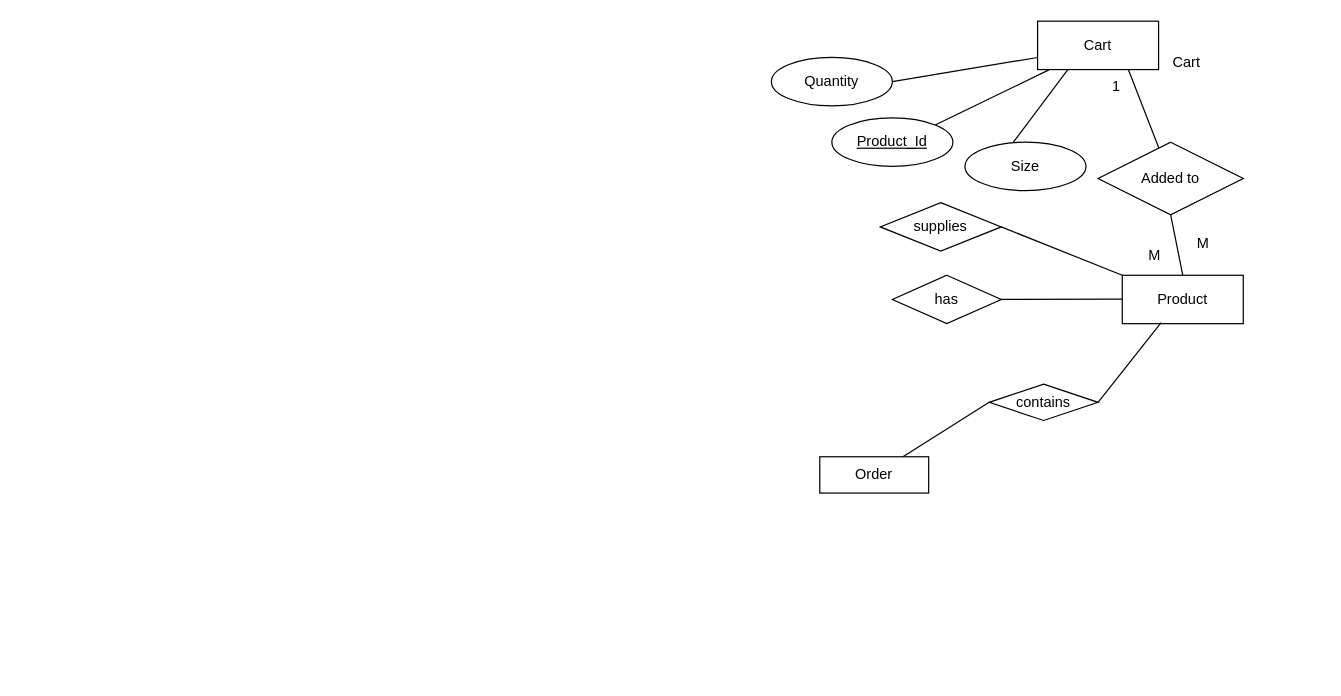
The draw.io diagram Untitled Diagram.drawio in GitFather47/SmartKroy-Online-Shopping-App, before the edit. Source tidied: cells renumbered, new cells numbered last; positions are measured from the earlier drawing's top-left corner, leaving out a move shared by most shapes. Both pictures are drawn from the tidied source at 121%, with x=0, y=0 at pixel (771, 21).
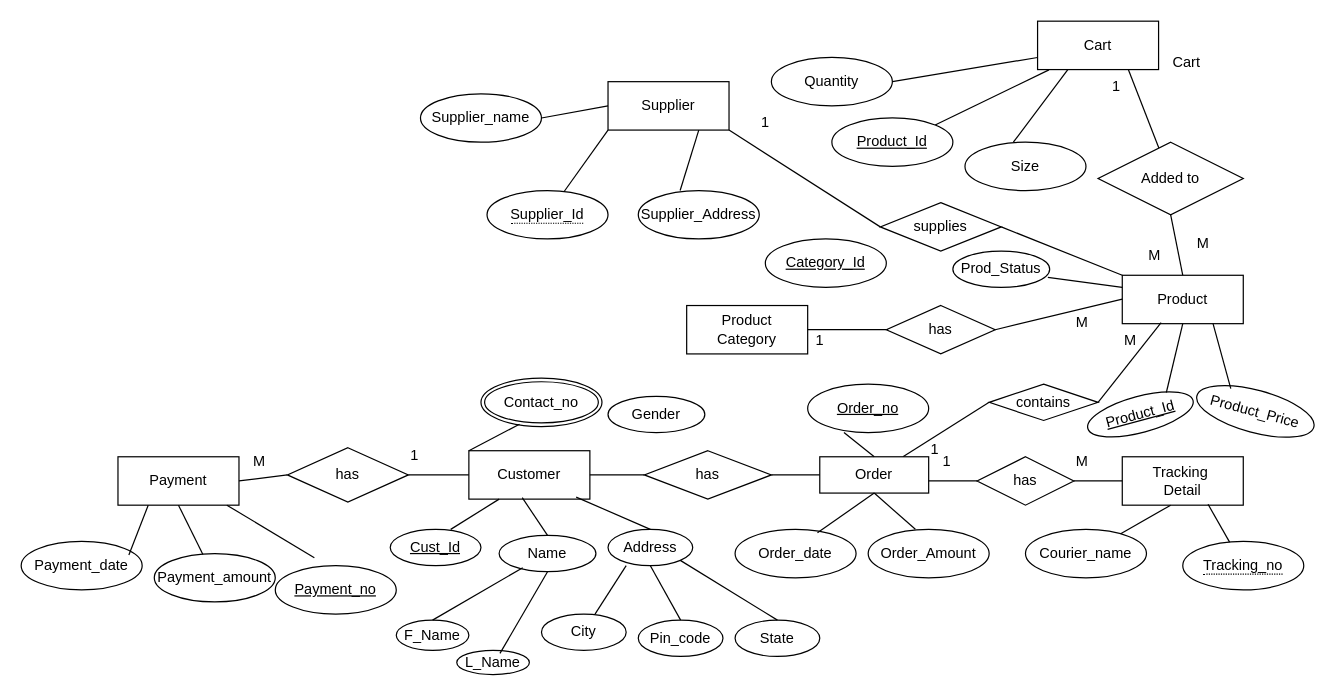
Above is the later version.

The change refers to these unchanged cells:
```xml
<mxCell id="16" value="Product" style="whiteSpace=wrap;html=1;align=center;" parent="1" vertex="1">
  <mxGeometry x="290" y="210" width="100" height="40" as="geometry" />
</mxCell>
<mxCell id="24" value="Order" style="whiteSpace=wrap;html=1;align=center;" parent="1" vertex="1">
  <mxGeometry x="40" y="360" width="90" height="30" as="geometry" />
</mxCell>
```

Change to the diagram source:
```diff
@@
-    <mxCell id="19" style="endArrow=none;html=1;rounded=0;" parent="1" edge="1">
+    <mxCell id="19" style="endArrow=none;html=1;rounded=0;exitX=1;exitY=0.5;exitDx=0;exitDy=0;" parent="1" edge="1" source="20">
       <mxGeometry relative="1" as="geometry">
-        <mxPoint x="190" y="230" as="sourcePoint" />
         <mxPoint x="290" y="229.7" as="targetPoint" />
       </mxGeometry>
     </mxCell>
     <mxCell id="20" value="has" style="shape=rhombus;perimeter=rhombusPerimeter;whiteSpace=wrap;html=1;align=center;" parent="1" vertex="1">
-      <mxGeometry x="100" y="210" width="90" height="40" as="geometry" />
+      <mxGeometry x="95" y="235" width="90" height="40" as="geometry" />
     </mxCell>
@@
+    <mxCell id="25" value="Supplier" style="whiteSpace=wrap;html=1;align=center;" parent="1" vertex="1">
+      <mxGeometry x="-135" y="50" width="100" height="40" as="geometry" />
+    </mxCell>
+    <mxCell id="26" value="1" style="text;whiteSpace=wrap;html=1;" parent="1" vertex="1">
+      <mxGeometry x="-10" y="70" width="60" height="40" as="geometry" />
+    </mxCell>
+    <mxCell id="27" style="endArrow=none;html=1;rounded=0;entryX=0;entryY=0.5;entryDx=0;entryDy=0;exitX=1;exitY=1;exitDx=0;exitDy=0;" parent="1" edge="1">
+      <mxGeometry relative="1" as="geometry">
+        <mxPoint x="-35" y="90" as="sourcePoint" />
+        <mxPoint x="90" y="170" as="targetPoint" />
+      </mxGeometry>
+    </mxCell>
+    <mxCell id="28" value="Supplier_name" style="ellipse;whiteSpace=wrap;html=1;align=center;" parent="1" vertex="1">
+      <mxGeometry x="-290" y="60" width="100" height="40" as="geometry" />
+    </mxCell>
+    <mxCell id="29" style="endArrow=none;html=1;rounded=0;exitX=1;exitY=0.5;exitDx=0;exitDy=0;entryX=0;entryY=0.5;entryDx=0;entryDy=0;" parent="1" edge="1" source="28" target="25">
+      <mxGeometry relative="1" as="geometry" />
+    </mxCell>
+    <mxCell id="30" value="Supplier_Address" style="ellipse;whiteSpace=wrap;html=1;align=center;" parent="1" vertex="1">
+      <mxGeometry x="-110" y="140" width="100" height="40" as="geometry" />
+    </mxCell>
+    <mxCell id="31" value="&lt;span style=&quot;border-bottom: 1px dotted&quot;&gt;Supplier_Id&lt;/span&gt;" style="ellipse;whiteSpace=wrap;html=1;align=center;" parent="1" vertex="1">
+      <mxGeometry x="-235" y="140" width="100" height="40" as="geometry" />
+    </mxCell>
+    <mxCell id="32" style="endArrow=none;html=1;rounded=0;entryX=0;entryY=1;entryDx=0;entryDy=0;" parent="1" edge="1" source="31" target="25">
+      <mxGeometry relative="1" as="geometry" />
+    </mxCell>
+    <mxCell id="33" style="endArrow=none;html=1;rounded=0;exitX=0.346;exitY=-0.001;exitDx=0;exitDy=0;exitPerimeter=0;entryX=0.75;entryY=1;entryDx=0;entryDy=0;" parent="1" edge="1" source="30" target="25">
+      <mxGeometry relative="1" as="geometry" />
+    </mxCell>
+    <mxCell id="34" value="Product&lt;div&gt;Category&lt;/div&gt;" style="whiteSpace=wrap;html=1;align=center;" parent="1" vertex="1">
+      <mxGeometry x="-70" y="235" width="100" height="40" as="geometry" />
+    </mxCell>
+    <mxCell id="35" style="line;strokeWidth=1;dashed=0;labelPosition=right;align=left;verticalAlign=middle;spacingTop=0;spacingLeft=6;" parent="1" vertex="1">
+      <mxGeometry x="30" y="250" width="65" height="10" as="geometry" />
+    </mxCell>
+    <mxCell id="36" value="Category_Id" style="ellipse;whiteSpace=wrap;html=1;align=center;fontStyle=4;" parent="1" vertex="1">
+      <mxGeometry x="-5" y="180" width="100" height="40" as="geometry" />
+    </mxCell>
+    <mxCell id="37" value="Prod_Status" style="ellipse;whiteSpace=wrap;html=1;align=center;" parent="1" vertex="1">
+      <mxGeometry x="150" y="190" width="80" height="30" as="geometry" />
+    </mxCell>
+    <mxCell id="38" style="endArrow=none;html=1;rounded=0;exitX=0.981;exitY=0.723;exitDx=0;exitDy=0;exitPerimeter=0;" parent="1" edge="1" source="37">
+      <mxGeometry relative="1" as="geometry">
+        <mxPoint x="290" y="220" as="targetPoint" />
+      </mxGeometry>
+    </mxCell>
+    <mxCell id="39" value="1" style="text;whiteSpace=wrap;html=1;" parent="1" vertex="1">
+      <mxGeometry x="35" y="250" width="60" height="40" as="geometry" />
+    </mxCell>
+    <mxCell id="40" value="M" style="text;whiteSpace=wrap;html=1;" parent="1" vertex="1">
+      <mxGeometry x="250" y="235" width="60" height="40" as="geometry" />
+    </mxCell>
+    <mxCell id="41" value="M" style="text;whiteSpace=wrap;html=1;" parent="1" vertex="1">
+      <mxGeometry x="290" y="250" width="60" height="40" as="geometry" />
+    </mxCell>
+    <mxCell id="42" value="Product_Id" style="ellipse;whiteSpace=wrap;html=1;align=center;fontStyle=4;rotation=-15;" parent="1" vertex="1">
+      <mxGeometry x="260" y="310" width="90" height="30" as="geometry" />
+    </mxCell>
+    <mxCell id="43" style="endArrow=none;html=1;rounded=0;entryX=0.5;entryY=1;entryDx=0;entryDy=0;exitX=0.782;exitY=0.101;exitDx=0;exitDy=0;exitPerimeter=0;" parent="1" edge="1" source="42" target="16">
+      <mxGeometry relative="1" as="geometry" />
+    </mxCell>
+    <mxCell id="44" value="Product_Price" style="ellipse;whiteSpace=wrap;html=1;align=center;rotation=15;" parent="1" vertex="1">
+      <mxGeometry x="350" y="305" width="100" height="35" as="geometry" />
+    </mxCell>
+    <mxCell id="45" style="endArrow=none;html=1;rounded=0;entryX=0.75;entryY=1;entryDx=0;entryDy=0;exitX=0.255;exitY=0.13;exitDx=0;exitDy=0;exitPerimeter=0;" parent="1" edge="1" source="44" target="16">
+      <mxGeometry relative="1" as="geometry" />
+    </mxCell>
+    <mxCell id="46" value="1" style="text;whiteSpace=wrap;html=1;" parent="1" vertex="1">
+      <mxGeometry x="130" y="340" width="60" height="40" as="geometry" />
+    </mxCell>
+    <mxCell id="47" value="has" style="shape=rhombus;perimeter=rhombusPerimeter;whiteSpace=wrap;html=1;align=center;" parent="1" vertex="1">
+      <mxGeometry x="170" y="360" width="80" height="40" as="geometry" />
+    </mxCell>
+    <mxCell id="48" value="Tracking&amp;nbsp;&lt;div&gt;Detail&lt;/div&gt;" style="whiteSpace=wrap;html=1;align=center;" parent="1" vertex="1">
+      <mxGeometry x="290" y="360" width="100" height="40" as="geometry" />
+    </mxCell>
+    <mxCell id="49" style="endArrow=none;html=1;rounded=0;exitX=0;exitY=1;exitDx=0;exitDy=0;entryX=0;entryY=0.5;entryDx=0;entryDy=0;" parent="1" edge="1" source="46" target="47">
+      <mxGeometry relative="1" as="geometry" />
+    </mxCell>
+    <mxCell id="50" style="endArrow=none;html=1;rounded=0;entryX=0;entryY=0.5;entryDx=0;entryDy=0;exitX=1;exitY=0.5;exitDx=0;exitDy=0;" parent="1" edge="1" source="47" target="48">
+      <mxGeometry relative="1" as="geometry" />
+    </mxCell>
+    <mxCell id="51" value="Courier_name" style="ellipse;whiteSpace=wrap;html=1;align=center;" parent="1" vertex="1">
+      <mxGeometry x="210" y="420" width="100" height="40" as="geometry" />
+    </mxCell>
+    <mxCell id="52" style="endArrow=none;html=1;rounded=0;" parent="1" edge="1" source="51">
+      <mxGeometry relative="1" as="geometry">
+        <mxPoint x="330" y="400" as="targetPoint" />
+      </mxGeometry>
+    </mxCell>
+    <mxCell id="53" value="&lt;span style=&quot;border-bottom: 1px dotted&quot;&gt;Tracking_no&lt;/span&gt;" style="ellipse;whiteSpace=wrap;html=1;align=center;" parent="1" vertex="1">
+      <mxGeometry x="340" y="430" width="100" height="40" as="geometry" />
+    </mxCell>
+    <mxCell id="54" style="endArrow=none;html=1;rounded=0;entryX=0.709;entryY=0.982;entryDx=0;entryDy=0;entryPerimeter=0;" parent="1" edge="1" source="53" target="48">
+      <mxGeometry relative="1" as="geometry" />
+    </mxCell>
+    <mxCell id="55" value="1" style="text;whiteSpace=wrap;html=1;" parent="1" vertex="1">
+      <mxGeometry x="140" y="350" width="60" height="40" as="geometry" />
+    </mxCell>
+    <mxCell id="56" value="M" style="text;whiteSpace=wrap;html=1;" parent="1" vertex="1">
+      <mxGeometry x="250" y="350" width="60" height="40" as="geometry" />
+    </mxCell>
+    <mxCell id="57" value="Order_date" style="ellipse;whiteSpace=wrap;html=1;align=center;" parent="1" vertex="1">
+      <mxGeometry x="-30" y="420" width="100" height="40" as="geometry" />
+    </mxCell>
+    <mxCell id="58" value="Order_Amount" style="ellipse;whiteSpace=wrap;html=1;align=center;" parent="1" vertex="1">
+      <mxGeometry x="80" y="420" width="100" height="40" as="geometry" />
+    </mxCell>
+    <mxCell id="59" style="endArrow=none;html=1;rounded=0;exitX=0.681;exitY=0.068;exitDx=0;exitDy=0;exitPerimeter=0;entryX=0.5;entryY=1;entryDx=0;entryDy=0;" parent="1" edge="1" source="57" target="24">
+      <mxGeometry relative="1" as="geometry" />
+    </mxCell>
+    <mxCell id="60" style="endArrow=none;html=1;rounded=0;entryX=0.39;entryY=-0.001;entryDx=0;entryDy=0;entryPerimeter=0;exitX=0.5;exitY=1;exitDx=0;exitDy=0;" parent="1" edge="1" source="24" target="58">
+      <mxGeometry relative="1" as="geometry" />
+    </mxCell>
+    <mxCell id="61" value="Order_no" style="ellipse;whiteSpace=wrap;html=1;align=center;fontStyle=4;" parent="1" vertex="1">
+      <mxGeometry x="30" y="300" width="100" height="40" as="geometry" />
+    </mxCell>
+    <mxCell id="62" style="endArrow=none;html=1;rounded=0;exitX=0.5;exitY=0;exitDx=0;exitDy=0;" parent="1" edge="1" source="24">
+      <mxGeometry relative="1" as="geometry">
+        <mxPoint x="60" y="340" as="targetPoint" />
+      </mxGeometry>
+    </mxCell>
+    <mxCell id="63" value="has" style="shape=rhombus;perimeter=rhombusPerimeter;whiteSpace=wrap;html=1;align=center;" parent="1" vertex="1">
+      <mxGeometry x="-105" y="355" width="105" height="40" as="geometry" />
+    </mxCell>
+    <mxCell id="64" style="endArrow=none;html=1;rounded=0;exitX=1;exitY=0.5;exitDx=0;exitDy=0;entryX=0;entryY=0.5;entryDx=0;entryDy=0;" parent="1" edge="1" source="63" target="24">
+      <mxGeometry relative="1" as="geometry" />
+    </mxCell>
+    <mxCell id="65" value="Customer" style="whiteSpace=wrap;html=1;align=center;" parent="1" vertex="1">
+      <mxGeometry x="-250" y="355" width="100" height="40" as="geometry" />
+    </mxCell>
+    <mxCell id="66" style="endArrow=none;html=1;rounded=0;exitX=1;exitY=0.5;exitDx=0;exitDy=0;entryX=0;entryY=0.5;entryDx=0;entryDy=0;" parent="1" edge="1" source="65" target="63">
+      <mxGeometry relative="1" as="geometry" />
+    </mxCell>
+    <mxCell id="67" value="has" style="shape=rhombus;perimeter=rhombusPerimeter;whiteSpace=wrap;html=1;align=center;" parent="1" vertex="1">
+      <mxGeometry x="-400" y="352.5" width="100" height="45" as="geometry" />
+    </mxCell>
+    <mxCell id="68" style="endArrow=none;html=1;rounded=0;entryX=0;entryY=0.5;entryDx=0;entryDy=0;exitX=1;exitY=0.5;exitDx=0;exitDy=0;" parent="1" edge="1" source="67" target="65">
+      <mxGeometry relative="1" as="geometry" />
+    </mxCell>
+    <mxCell id="69" value="Payment" style="whiteSpace=wrap;html=1;align=center;" parent="1" vertex="1">
+      <mxGeometry x="-540" y="360" width="100" height="40" as="geometry" />
+    </mxCell>
+    <mxCell id="70" style="endArrow=none;html=1;rounded=0;entryX=0;entryY=0.5;entryDx=0;entryDy=0;exitX=1;exitY=0.5;exitDx=0;exitDy=0;" parent="1" edge="1" source="69" target="67">
+      <mxGeometry relative="1" as="geometry" />
+    </mxCell>
+    <mxCell id="71" value="1" style="text;whiteSpace=wrap;html=1;" parent="1" vertex="1">
+      <mxGeometry x="-300" y="345" width="40" height="30" as="geometry" />
+    </mxCell>
+    <mxCell id="72" value="M" style="text;whiteSpace=wrap;html=1;" parent="1" vertex="1">
+      <mxGeometry x="-430" y="350" width="60" height="40" as="geometry" />
+    </mxCell>
+    <mxCell id="73" value="Payment_date" style="ellipse;whiteSpace=wrap;html=1;align=center;" parent="1" vertex="1">
+      <mxGeometry x="-620" y="430" width="100" height="40" as="geometry" />
+    </mxCell>
+    <mxCell id="74" value="Payment_amount" style="ellipse;whiteSpace=wrap;html=1;align=center;" parent="1" vertex="1">
+      <mxGeometry x="-510" y="440" width="100" height="40" as="geometry" />
+    </mxCell>
+    <mxCell id="75" style="endArrow=none;html=1;rounded=0;exitX=0.25;exitY=1;exitDx=0;exitDy=0;entryX=0.89;entryY=0.278;entryDx=0;entryDy=0;entryPerimeter=0;" parent="1" edge="1" source="69" target="73">
+      <mxGeometry relative="1" as="geometry" />
+    </mxCell>
+    <mxCell id="76" style="endArrow=none;html=1;rounded=0;exitX=0.5;exitY=1;exitDx=0;exitDy=0;entryX=0.402;entryY=0.017;entryDx=0;entryDy=0;entryPerimeter=0;" parent="1" edge="1" source="69" target="74">
+      <mxGeometry relative="1" as="geometry" />
+    </mxCell>
+    <mxCell id="77" style="endArrow=none;html=1;rounded=0;" parent="1" edge="1">
+      <mxGeometry relative="1" as="geometry">
+        <mxPoint x="-450" y="400" as="sourcePoint" />
+        <mxPoint x="-377.7" y="443.4" as="targetPoint" />
+      </mxGeometry>
+    </mxCell>
+    <mxCell id="78" value="Payment_no" style="ellipse;whiteSpace=wrap;html=1;align=center;fontStyle=4;" parent="1" vertex="1">
+      <mxGeometry x="-410" y="450" width="100" height="40" as="geometry" />
+    </mxCell>
+    <mxCell id="79" value="Contact_no" style="ellipse;shape=doubleEllipse;margin=3;whiteSpace=wrap;html=1;align=center;" parent="1" vertex="1">
+      <mxGeometry x="-240" y="295" width="100" height="40" as="geometry" />
+    </mxCell>
+    <mxCell id="80" style="endArrow=none;html=1;rounded=0;exitX=0.318;exitY=0.952;exitDx=0;exitDy=0;exitPerimeter=0;entryX=0;entryY=0;entryDx=0;entryDy=0;" parent="1" edge="1" source="79" target="65">
+      <mxGeometry relative="1" as="geometry" />
+    </mxCell>
+    <mxCell id="81" value="Address" style="ellipse;whiteSpace=wrap;html=1;align=center;" parent="1" vertex="1">
+      <mxGeometry x="-135" y="420" width="70" height="30" as="geometry" />
+    </mxCell>
+    <mxCell id="82" value="Name" style="ellipse;whiteSpace=wrap;html=1;align=center;" parent="1" vertex="1">
+      <mxGeometry x="-225" y="425" width="80" height="30" as="geometry" />
+    </mxCell>
+    <mxCell id="83" style="endArrow=none;html=1;rounded=0;exitX=0.5;exitY=0;exitDx=0;exitDy=0;entryX=0.25;entryY=1;entryDx=0;entryDy=0;" parent="1" edge="1" target="65">
+      <mxGeometry relative="1" as="geometry">
+        <mxPoint x="-265" y="420" as="sourcePoint" />
+      </mxGeometry>
+    </mxCell>
+    <mxCell id="84" style="endArrow=none;html=1;rounded=0;exitX=0.441;exitY=0.969;exitDx=0;exitDy=0;exitPerimeter=0;entryX=0.5;entryY=0;entryDx=0;entryDy=0;" parent="1" edge="1" source="65" target="82">
+      <mxGeometry relative="1" as="geometry" />
+    </mxCell>
+    <mxCell id="85" style="endArrow=none;html=1;rounded=0;entryX=0.5;entryY=0;entryDx=0;entryDy=0;exitX=0.887;exitY=0.958;exitDx=0;exitDy=0;exitPerimeter=0;" parent="1" edge="1" source="65" target="81">
+      <mxGeometry relative="1" as="geometry" />
+    </mxCell>
+    <mxCell id="86" value="Cust_Id" style="ellipse;whiteSpace=wrap;html=1;align=center;fontStyle=4;" parent="1" vertex="1">
+      <mxGeometry x="-315" y="420" width="75" height="30" as="geometry" />
+    </mxCell>
+    <mxCell id="87" value="City" style="ellipse;whiteSpace=wrap;html=1;align=center;" parent="1" vertex="1">
+      <mxGeometry x="-190" y="490" width="70" height="30" as="geometry" />
+    </mxCell>
+    <mxCell id="88" style="endArrow=none;html=1;rounded=0;entryX=0.632;entryY=0.003;entryDx=0;entryDy=0;entryPerimeter=0;" parent="1" edge="1" target="87">
+      <mxGeometry relative="1" as="geometry">
+        <mxPoint x="-120" y="450" as="sourcePoint" />
+      </mxGeometry>
+    </mxCell>
+    <mxCell id="89" value="Pin_code" style="ellipse;whiteSpace=wrap;html=1;align=center;" parent="1" vertex="1">
+      <mxGeometry x="-110" y="495" width="70" height="30" as="geometry" />
+    </mxCell>
+    <mxCell id="90" value="State" style="ellipse;whiteSpace=wrap;html=1;align=center;" parent="1" vertex="1">
+      <mxGeometry x="-30" y="495" width="70" height="30" as="geometry" />
+    </mxCell>
+    <mxCell id="91" style="endArrow=none;html=1;rounded=0;entryX=0.5;entryY=0;entryDx=0;entryDy=0;exitX=1;exitY=1;exitDx=0;exitDy=0;" parent="1" edge="1" source="81" target="90">
+      <mxGeometry relative="1" as="geometry" />
+    </mxCell>
+    <mxCell id="92" style="endArrow=none;html=1;rounded=0;entryX=0.5;entryY=0;entryDx=0;entryDy=0;" parent="1" edge="1" target="89">
+      <mxGeometry relative="1" as="geometry">
+        <mxPoint x="-100" y="450" as="sourcePoint" />
+      </mxGeometry>
+    </mxCell>
+    <mxCell id="93" value="F_Name" style="ellipse;whiteSpace=wrap;html=1;align=center;" parent="1" vertex="1">
+      <mxGeometry x="-310" y="495" width="60" height="25" as="geometry" />
+    </mxCell>
+    <mxCell id="94" value="L_Name" style="ellipse;whiteSpace=wrap;html=1;align=center;" parent="1" vertex="1">
+      <mxGeometry x="-260" y="520" width="60" height="20" as="geometry" />
+    </mxCell>
+    <mxCell id="95" style="endArrow=none;html=1;rounded=0;exitX=0.5;exitY=0;exitDx=0;exitDy=0;entryX=0.244;entryY=0.89;entryDx=0;entryDy=0;entryPerimeter=0;" parent="1" edge="1" source="93" target="82">
+      <mxGeometry relative="1" as="geometry" />
+    </mxCell>
+    <mxCell id="96" style="endArrow=none;html=1;rounded=0;exitX=0.595;exitY=0.125;exitDx=0;exitDy=0;exitPerimeter=0;entryX=0.5;entryY=1;entryDx=0;entryDy=0;" parent="1" edge="1" source="94" target="82">
+      <mxGeometry relative="1" as="geometry" />
+    </mxCell>
+    <mxCell id="97" value="Gender" style="ellipse;whiteSpace=wrap;html=1;align=center;" parent="1" vertex="1">
+      <mxGeometry x="-135" y="310" width="80" height="30" as="geometry" />
+    </mxCell>
```
